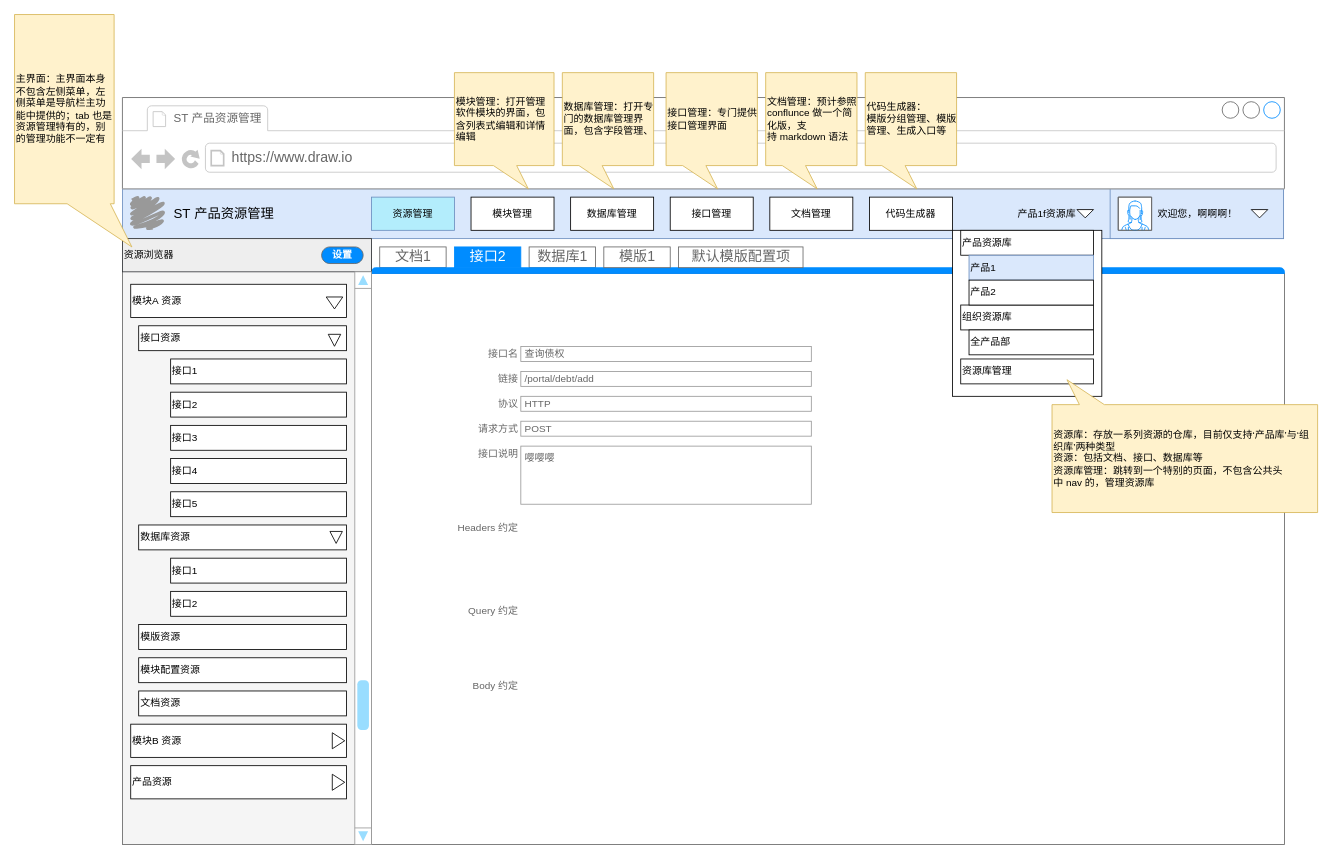
scalable-t/st-product-manager keeps this draw.io diagram as page "资源管理" (3 of 5) of design/mockup.drawio. Above is the earlier version. Source tidied: cells renumbered, new cells numbered last; positions are measured from the earlier drawing's top-left corner, leaving out a move shared by most shapes. Both pictures are drawn from the tidied source at 83%, with x=0, y=0 at pixel (14, 14).
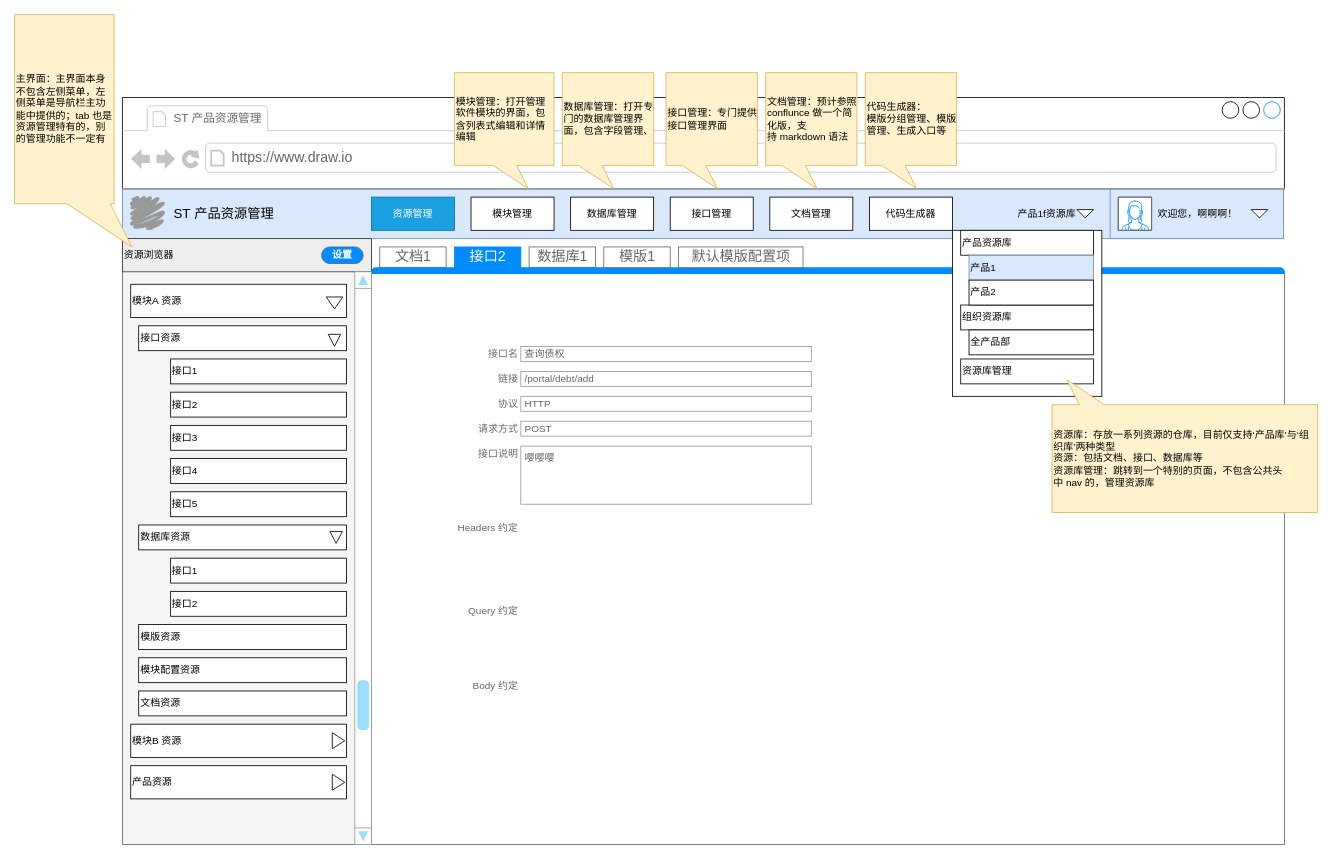
Above is the later version.

Change to the diagram source:
```diff
@@
-    <mxCell id="3" value="资源管理" style="rounded=0;whiteSpace=wrap;html=1;align=center;fillColor=#B3EDFC;strokeColor=#6c8ebf;" parent="1" vertex="1">
+    <mxCell id="3" value="资源管理" style="rounded=0;whiteSpace=wrap;html=1;align=center;fillColor=#1ba1e2;strokeColor=#006EAF;fontColor=#ffffff;" parent="1" vertex="1">
       <mxGeometry x="430" y="220" width="100" height="40" as="geometry" />
     </mxCell>
@@
-    <mxCell id="44" style="strokeWidth=1;shadow=0;dashed=0;align=center;html=1;shape=mxgraph.mockup.containers.browserWindow;rSize=0;strokeColor=#666666;strokeColor2=#008cff;strokeColor3=#c4c4c4;mainText=,;fontSize=12;fillColor=none;" parent="1" vertex="1">
+    <mxCell id="44" style="strokeWidth=1;shadow=0;dashed=0;align=center;html=1;shape=mxgraph.mockup.containers.browserWindow;rSize=0;strokeColor2=#008cff;strokeColor3=#c4c4c4;mainText=,;fontSize=12;fillColor=none;" parent="1" vertex="1">
       <mxGeometry x="130" y="100" width="1400" height="110" as="geometry" />
     </mxCell>
```
